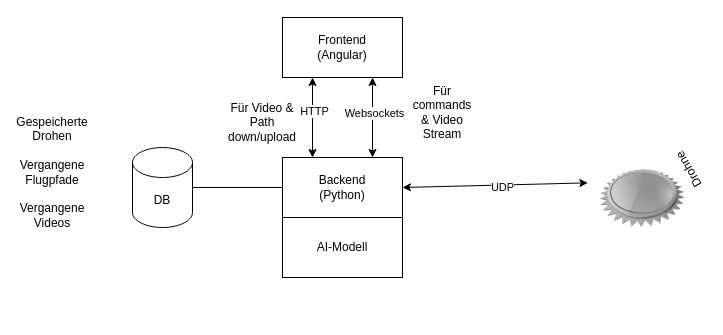
UNSERsplit/UNSERtaube keeps this draw.io diagram as docs/TechnicalDesignReview.drawio. Above is the earlier version. Source tidied: cells renumbered, new cells numbered last; positions are measured from the earlier drawing's top-left corner, leaving out a move shared by most shapes. Both pictures are drawn from the tidied source at 100%, with x=0, y=0 at pixel (22, 17).
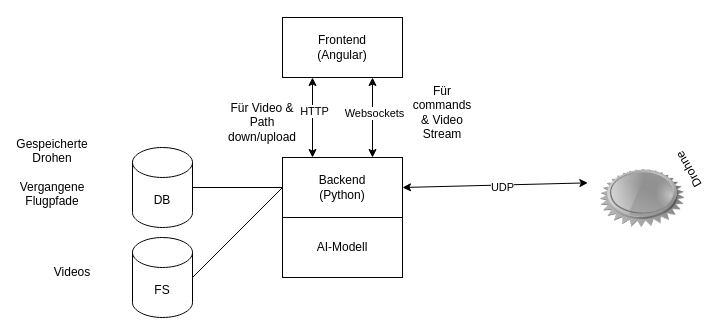
The same diagram, later.

The change refers to these unchanged cells:
```xml
<mxCell id="3" value="Backend&lt;br&gt;(Python)" style="rounded=0;whiteSpace=wrap;html=1;" parent="1" vertex="1">
  <mxGeometry x="260" y="140" width="120" height="60" as="geometry" />
</mxCell>
```

Change to the diagram source:
```diff
@@
-    <mxCell id="16" value="&lt;div&gt;Gespeicherte Drohen&lt;/div&gt;&lt;div&gt;&lt;br&gt;&lt;/div&gt;&lt;div&gt;Vergangene Flugpfade&lt;/div&gt;&lt;div&gt;&lt;br&gt;&lt;/div&gt;&lt;div&gt;Vergangene Videos&lt;/div&gt;" style="text;html=1;align=center;verticalAlign=middle;whiteSpace=wrap;rounded=0;" parent="1" vertex="1">
+    <mxCell id="16" value="&lt;div&gt;Gespeicherte Drohen&lt;/div&gt;&lt;div&gt;&lt;br&gt;&lt;/div&gt;&lt;div&gt;Vergangene Flugpfade&lt;/div&gt;" style="text;html=1;align=center;verticalAlign=middle;whiteSpace=wrap;rounded=0;" parent="1" vertex="1">
       <mxGeometry y="140" width="60" height="30" as="geometry" />
     </mxCell>
+    <mxCell id="17" value="FS" style="shape=cylinder3;whiteSpace=wrap;html=1;boundedLbl=1;backgroundOutline=1;size=15;" parent="1" vertex="1">
+      <mxGeometry x="110" y="220" width="60" height="80" as="geometry" />
+    </mxCell>
+    <mxCell id="18" style="endArrow=none;html=1;rounded=0;exitX=0;exitY=0.5;exitDx=0;exitDy=0;entryX=1;entryY=0.5;entryDx=0;entryDy=0;entryPerimeter=0;" parent="1" edge="1" source="3" target="17">
+      <mxGeometry relative="1" as="geometry" />
+    </mxCell>
+    <mxCell id="19" value="Videos" style="text;html=1;whiteSpace=wrap;strokeColor=none;fillColor=none;align=center;verticalAlign=middle;rounded=0;" parent="1" vertex="1">
+      <mxGeometry x="20" y="240" width="60" height="30" as="geometry" />
+    </mxCell>
```
